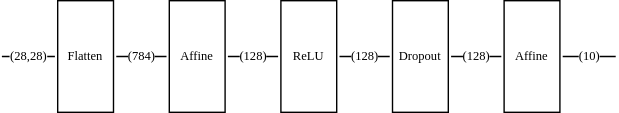
Earlier version of the draw.io export img/beginner.svg (dragoon8192/LaundryTag). Source tidied: cells renumbered, new cells last; positions are measured from the earlier drawing's top-left corner, leaving out a move shared by most shapes.
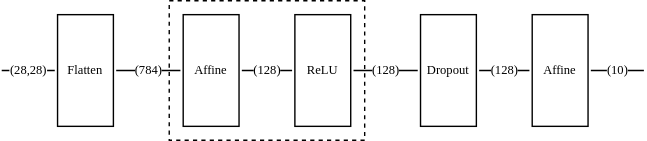
After the commit.

Diff of the diagram source:
```diff
@@ -2,6 +2,9 @@
   <root>
     <mxCell id="0" />
     <mxCell id="1" parent="0" />
+    <mxCell id="13" style="rounded=0;whiteSpace=wrap;html=1;fontFamily=Times New Roman;fontSize=9;fillColor=none;dashed=1;" parent="1" vertex="1">
+      <mxGeometry x="120" y="-10" width="140" height="100" as="geometry" />
+    </mxCell>
     <mxCell id="2" value="&lt;font face=&quot;Times New Roman&quot;&gt;(28,28)&lt;/font&gt;" style="endArrow=none;html=1;rounded=0;fontSize=9;sourcePerimeterSpacing=2;targetPerimeterSpacing=2;verticalAlign=middle;" parent="1" edge="1" target="4">
       <mxGeometry relative="1" as="geometry">
         <mxPoint y="40" as="sourcePoint" />
@@ -17,26 +20,26 @@
       <mxGeometry relative="1" as="geometry" />
     </mxCell>
     <mxCell id="6" value="Affine" style="rounded=0;whiteSpace=wrap;html=1;fontFamily=Times New Roman;fontSize=9;" parent="1" vertex="1">
-      <mxGeometry x="120" width="40" height="80" as="geometry" />
+      <mxGeometry x="130" width="40" height="80" as="geometry" />
     </mxCell>
     <mxCell id="7" value="(128)" style="edgeStyle=orthogonalEdgeStyle;rounded=0;jettySize=auto;html=1;fontFamily=Times New Roman;fontSize=9;startArrow=none;startFill=0;endArrow=none;endFill=0;sourcePerimeterSpacing=2;targetPerimeterSpacing=2;" parent="1" edge="1" source="8" target="11">
       <mxGeometry relative="1" as="geometry" />
     </mxCell>
     <mxCell id="8" value="Dropout" style="rounded=0;whiteSpace=wrap;html=1;fontFamily=Times New Roman;fontSize=9;" parent="1" vertex="1">
-      <mxGeometry x="280" width="40" height="80" as="geometry" />
+      <mxGeometry x="300" width="40" height="80" as="geometry" />
     </mxCell>
-    <mxCell id="9" value="(128)" style="edgeStyle=orthogonalEdgeStyle;rounded=0;jettySize=auto;html=1;fontFamily=Times New Roman;fontSize=9;startArrow=none;startFill=0;endArrow=none;endFill=0;sourcePerimeterSpacing=2;targetPerimeterSpacing=2;" parent="1" edge="1" source="10" target="8">
+    <mxCell id="9" value="(128)" style="edgeStyle=orthogonalEdgeStyle;rounded=0;jettySize=auto;html=1;fontFamily=Times New Roman;fontSize=9;startArrow=none;startFill=0;endArrow=none;endFill=0;sourcePerimeterSpacing=2;targetPerimeterSpacing=2;jumpStyle=none;" parent="1" edge="1" source="10" target="8">
       <mxGeometry relative="1" as="geometry" />
     </mxCell>
     <mxCell id="10" value="ReLU" style="rounded=0;whiteSpace=wrap;html=1;fontFamily=Times New Roman;fontSize=9;" parent="1" vertex="1">
-      <mxGeometry x="200" width="40" height="80" as="geometry" />
+      <mxGeometry x="210" width="40" height="80" as="geometry" />
     </mxCell>
     <mxCell id="11" value="Affine" style="rounded=0;whiteSpace=wrap;html=1;fontFamily=Times New Roman;fontSize=9;" parent="1" vertex="1">
-      <mxGeometry x="360" width="40" height="80" as="geometry" />
+      <mxGeometry x="380" width="40" height="80" as="geometry" />
     </mxCell>
     <mxCell id="12" value="(10)" style="endArrow=none;html=1;rounded=0;fontFamily=Times New Roman;fontSize=9;sourcePerimeterSpacing=2;targetPerimeterSpacing=2;" parent="1" edge="1" target="11">
       <mxGeometry relative="1" as="geometry">
-        <mxPoint x="440" y="40" as="sourcePoint" />
+        <mxPoint x="460" y="40" as="sourcePoint" />
       </mxGeometry>
     </mxCell>
   </root>
```
